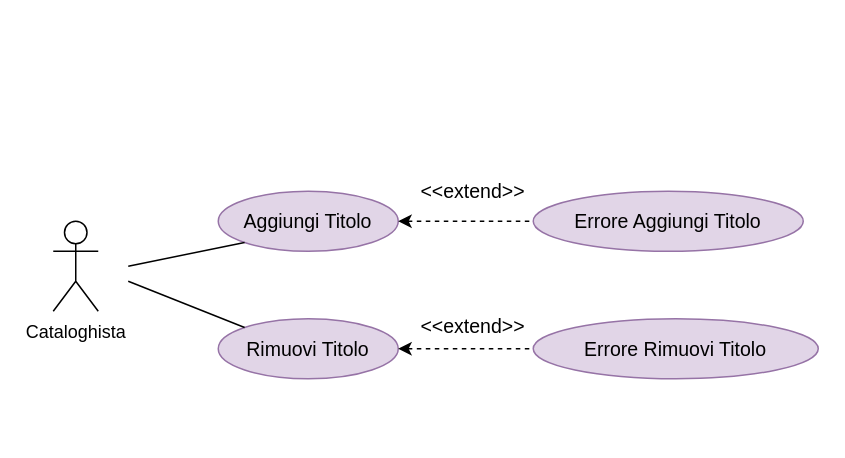
The draw.io diagram 2021-11-11/Schemi/Use Cases/Gestione Titoli.drawio in is-shodan-20-21/docs, before the edit. Source tidied: cells renumbered, new cells numbered last; positions are measured from the earlier drawing's top-left corner, leaving out a move shared by most shapes. Both pictures are drawn from the tidied source at 150%, with x=0, y=0 at pixel (52, 176).
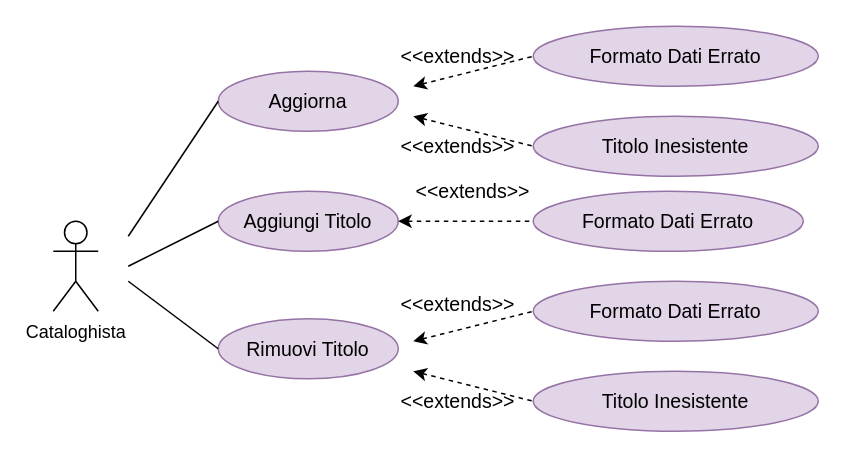
The same page after the edit.

The change refers to these unchanged cells:
```xml
<mxCell id="3" value="&lt;font style=&quot;font-size: 13px&quot;&gt;Aggiungi Titolo&lt;/font&gt;" style="ellipse;whiteSpace=wrap;html=1;fillColor=#e1d5e7;strokeColor=#9673a6;fontColor=default;" parent="1" vertex="1">
  <mxGeometry x="110" y="10" width="120" height="40" as="geometry" />
</mxCell>
<mxCell id="4" value="&lt;font style=&quot;font-size: 13px&quot;&gt;Rimuovi Titolo&lt;/font&gt;" style="ellipse;whiteSpace=wrap;html=1;fillColor=#e1d5e7;strokeColor=#9673a6;fontColor=default;" parent="1" vertex="1">
  <mxGeometry x="110" y="95" width="120" height="40" as="geometry" />
</mxCell>
```

Change to the diagram source:
```diff
@@
-    <mxCell id="5" value="&lt;font style=&quot;font-size: 13px&quot;&gt;Errore Aggiungi Titolo&lt;/font&gt;" style="ellipse;whiteSpace=wrap;html=1;fillColor=#e1d5e7;strokeColor=#9673a6;fontColor=default;" parent="1" vertex="1">
+    <mxCell id="5" value="&lt;span style=&quot;font-size: 13px&quot;&gt;Formato Dati Errato&lt;/span&gt;" style="ellipse;whiteSpace=wrap;html=1;fillColor=#e1d5e7;strokeColor=#9673a6;fontColor=default;" parent="1" vertex="1">
       <mxGeometry x="320" y="10" width="180" height="40" as="geometry" />
     </mxCell>
-    <mxCell id="6" value="&lt;font style=&quot;font-size: 13px&quot;&gt;Errore Rimuovi Titolo&lt;/font&gt;" style="ellipse;whiteSpace=wrap;html=1;fillColor=#e1d5e7;strokeColor=#9673a6;fontColor=default;" parent="1" vertex="1">
-      <mxGeometry x="320" y="95" width="190" height="40" as="geometry" />
+    <mxCell id="6" value="&lt;span style=&quot;font-size: 13px&quot;&gt;Formato Dati Errato&lt;/span&gt;" style="ellipse;whiteSpace=wrap;html=1;fillColor=#e1d5e7;strokeColor=#9673a6;fontColor=default;" parent="1" vertex="1">
+      <mxGeometry x="320" y="70" width="190" height="40" as="geometry" />
     </mxCell>
@@
-    <mxCell id="8" style="endArrow=none;dashed=1;html=1;rounded=0;fontSize=13;startArrow=classic;startFill=1;exitX=1;exitY=0.5;exitDx=0;exitDy=0;entryX=0;entryY=0.5;entryDx=0;entryDy=0;" parent="1" edge="1" source="4" target="6">
-      <mxGeometry relative="1" as="geometry" />
+    <mxCell id="8" style="endArrow=none;dashed=1;html=1;rounded=0;fontSize=13;startArrow=classic;startFill=1;entryX=0;entryY=0.5;entryDx=0;entryDy=0;" parent="1" edge="1" target="6">
+      <mxGeometry relative="1" as="geometry">
+        <mxPoint x="240" y="110" as="sourcePoint" />
+      </mxGeometry>
     </mxCell>
-    <mxCell id="9" value="&amp;lt;&amp;lt;extend&amp;gt;&amp;gt;" style="text;html=1;strokeColor=none;fillColor=none;align=center;verticalAlign=middle;whiteSpace=wrap;rounded=0;fontSize=13;fontColor=default;" parent="1" vertex="1">
+    <mxCell id="9" value="&amp;lt;&amp;lt;extends&amp;gt;&amp;gt;" style="text;html=1;strokeColor=none;fillColor=none;align=center;verticalAlign=middle;whiteSpace=wrap;rounded=0;fontSize=13;fontColor=default;" parent="1" vertex="1">
       <mxGeometry x="260" width="40" height="20" as="geometry" />
     </mxCell>
-    <mxCell id="10" value="&amp;lt;&amp;lt;extend&amp;gt;&amp;gt;" style="text;html=1;strokeColor=none;fillColor=none;align=center;verticalAlign=middle;whiteSpace=wrap;rounded=0;fontSize=13;fontColor=default;" parent="1" vertex="1">
-      <mxGeometry x="260" y="90" width="40" height="20" as="geometry" />
-    </mxCell>
-    <mxCell id="11" style="endArrow=none;html=1;rounded=0;fontSize=13;entryX=0;entryY=1;entryDx=0;entryDy=0;strokeColor=default;labelBackgroundColor=default;fontColor=default;" parent="1" edge="1" target="3">
+    <mxCell id="11" style="endArrow=none;html=1;rounded=0;fontSize=13;entryX=0;entryY=0.5;entryDx=0;entryDy=0;strokeColor=default;labelBackgroundColor=default;fontColor=default;" parent="1" edge="1" target="3">
       <mxGeometry relative="1" as="geometry">
         <mxPoint x="50" y="60" as="sourcePoint" />
       </mxGeometry>
     </mxCell>
-    <mxCell id="12" style="endArrow=none;html=1;rounded=0;fontSize=13;exitX=0;exitY=0;exitDx=0;exitDy=0;strokeColor=default;labelBackgroundColor=default;fontColor=default;" parent="1" edge="1" source="4">
+    <mxCell id="12" style="endArrow=none;html=1;rounded=0;fontSize=13;exitX=0;exitY=0.5;exitDx=0;exitDy=0;strokeColor=default;labelBackgroundColor=default;fontColor=default;" parent="1" edge="1" source="4">
       <mxGeometry relative="1" as="geometry">
         <mxPoint x="50" y="70" as="targetPoint" />
       </mxGeometry>
     </mxCell>
+    <mxCell id="13" value="&lt;font style=&quot;font-size: 13px&quot;&gt;Titolo Inesistente&lt;/font&gt;" style="ellipse;whiteSpace=wrap;html=1;fillColor=#e1d5e7;strokeColor=#9673a6;fontColor=default;" parent="1" vertex="1">
+      <mxGeometry x="320" y="130" width="190" height="40" as="geometry" />
+    </mxCell>
+    <mxCell id="14" value="&amp;lt;&amp;lt;extends&amp;gt;&amp;gt;" style="text;html=1;strokeColor=none;fillColor=none;align=center;verticalAlign=middle;whiteSpace=wrap;rounded=0;fontSize=13;fontColor=default;" parent="1" vertex="1">
+      <mxGeometry x="250" y="140" width="40" height="20" as="geometry" />
+    </mxCell>
+    <mxCell id="15" style="endArrow=none;dashed=1;html=1;rounded=0;fontSize=13;startArrow=classic;startFill=1;entryX=0;entryY=0.5;entryDx=0;entryDy=0;" parent="1" edge="1" target="13">
+      <mxGeometry relative="1" as="geometry">
+        <mxPoint x="240" y="130" as="sourcePoint" />
+      </mxGeometry>
+    </mxCell>
+    <mxCell id="16" value="&lt;font style=&quot;font-size: 13px&quot;&gt;Aggiorna&lt;/font&gt;" style="ellipse;whiteSpace=wrap;html=1;fillColor=#e1d5e7;strokeColor=#9673a6;fontColor=default;" parent="1" vertex="1">
+      <mxGeometry x="110" y="-70" width="120" height="40" as="geometry" />
+    </mxCell>
+    <mxCell id="17" style="endArrow=none;html=1;rounded=0;fontSize=13;entryX=0;entryY=0.5;entryDx=0;entryDy=0;strokeColor=default;labelBackgroundColor=default;fontColor=default;" parent="1" edge="1" target="16">
+      <mxGeometry relative="1" as="geometry">
+        <mxPoint x="50" y="40" as="sourcePoint" />
+      </mxGeometry>
+    </mxCell>
+    <mxCell id="18" value="&lt;span style=&quot;font-size: 13px&quot;&gt;Formato Dati Errato&lt;/span&gt;" style="ellipse;whiteSpace=wrap;html=1;fillColor=#e1d5e7;strokeColor=#9673a6;fontColor=default;" parent="1" vertex="1">
+      <mxGeometry x="320" y="-100" width="190" height="40" as="geometry" />
+    </mxCell>
+    <mxCell id="19" value="&lt;font style=&quot;font-size: 13px&quot;&gt;Titolo Inesistente&lt;/font&gt;" style="ellipse;whiteSpace=wrap;html=1;fillColor=#e1d5e7;strokeColor=#9673a6;fontColor=default;" parent="1" vertex="1">
+      <mxGeometry x="320" y="-40" width="190" height="40" as="geometry" />
+    </mxCell>
+    <mxCell id="20" value="&amp;lt;&amp;lt;extends&amp;gt;&amp;gt;" style="text;html=1;strokeColor=none;fillColor=none;align=center;verticalAlign=middle;whiteSpace=wrap;rounded=0;fontSize=13;fontColor=default;" parent="1" vertex="1">
+      <mxGeometry x="250" y="-30" width="40" height="20" as="geometry" />
+    </mxCell>
+    <mxCell id="21" style="endArrow=none;dashed=1;html=1;rounded=0;fontSize=13;startArrow=classic;startFill=1;entryX=0;entryY=0.5;entryDx=0;entryDy=0;" parent="1" edge="1" target="19">
+      <mxGeometry relative="1" as="geometry">
+        <mxPoint x="240" y="-40" as="sourcePoint" />
+      </mxGeometry>
+    </mxCell>
+    <mxCell id="22" value="&amp;lt;&amp;lt;extends&amp;gt;&amp;gt;" style="text;html=1;strokeColor=none;fillColor=none;align=center;verticalAlign=middle;whiteSpace=wrap;rounded=0;fontSize=13;fontColor=default;" parent="1" vertex="1">
+      <mxGeometry x="250" y="-90" width="40" height="20" as="geometry" />
+    </mxCell>
+    <mxCell id="23" style="endArrow=none;dashed=1;html=1;rounded=0;fontSize=13;startArrow=classic;startFill=1;entryX=0;entryY=0.5;entryDx=0;entryDy=0;" parent="1" edge="1" target="18">
+      <mxGeometry relative="1" as="geometry">
+        <mxPoint x="240" y="-60" as="sourcePoint" />
+      </mxGeometry>
+    </mxCell>
+    <mxCell id="24" value="&amp;lt;&amp;lt;extends&amp;gt;&amp;gt;" style="text;html=1;strokeColor=none;fillColor=none;align=center;verticalAlign=middle;whiteSpace=wrap;rounded=0;fontSize=13;fontColor=default;" parent="1" vertex="1">
+      <mxGeometry x="250" y="75" width="40" height="20" as="geometry" />
+    </mxCell>
```
